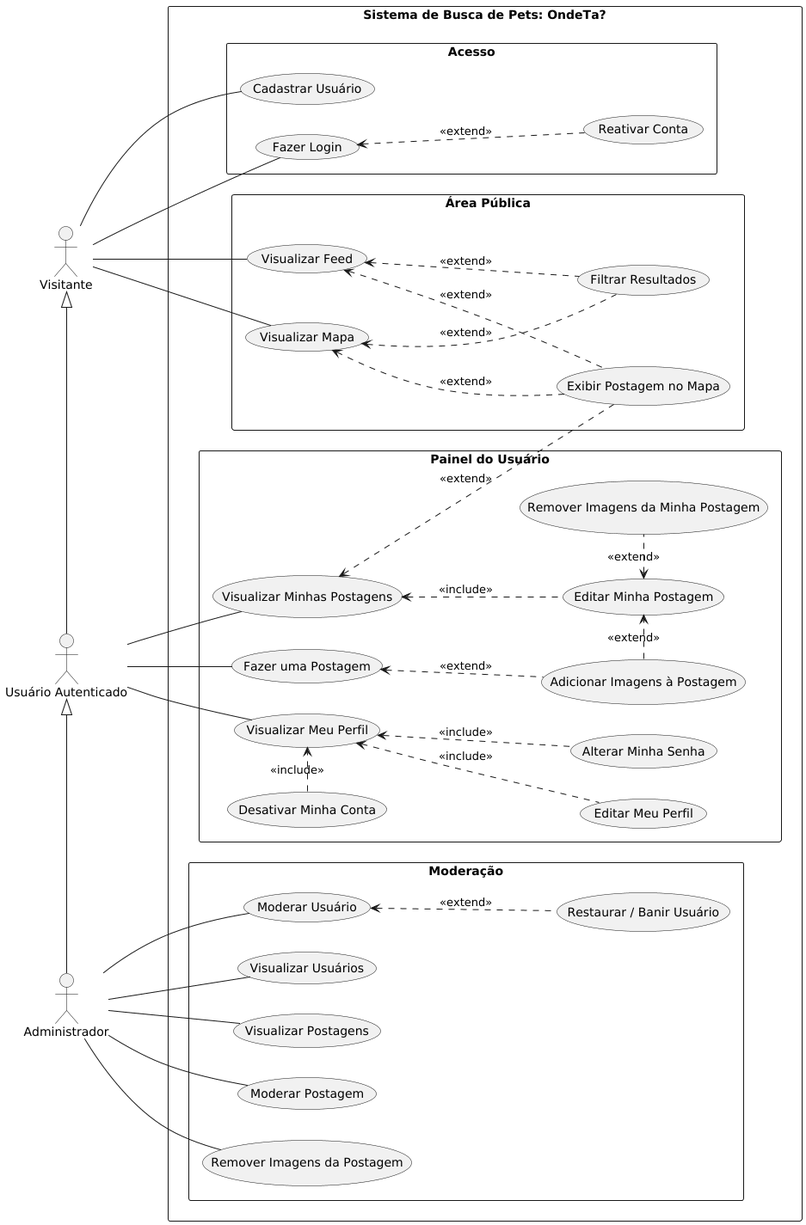
Above: docs/uml/use-cases/use_case_diagram.png in karlsen16/OndeTa (PlantUML), before the change.
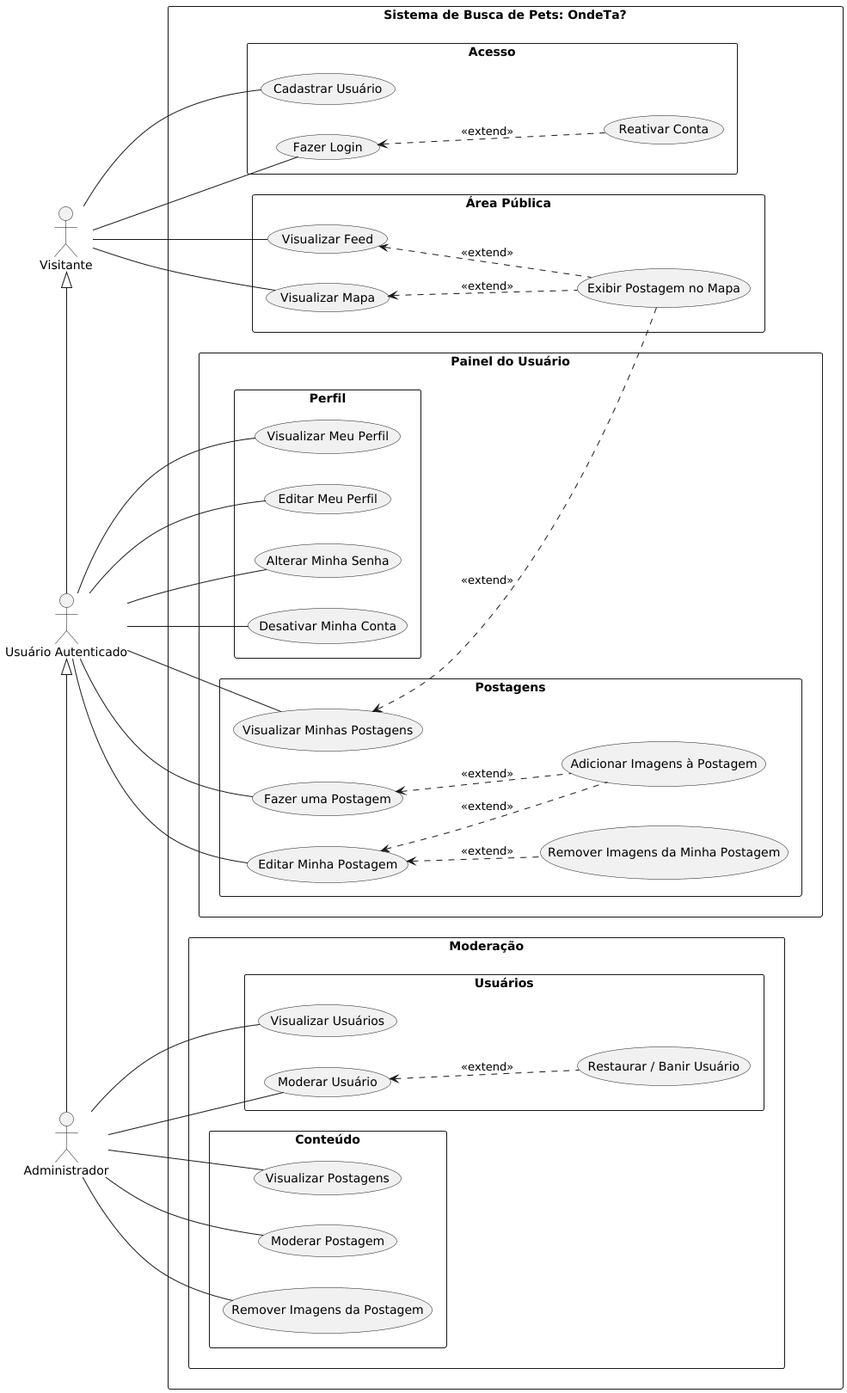
The same diagram one commit later.

Diff of the diagram source:
```diff
@@ -16,68 +16,71 @@
   }
   package "Área Pública" {
     usecase "Visualizar Feed" as UC3
-    usecase "Filtrar Resultados" as UC3.1
-    usecase "Exibir Postagem no Mapa" as UC3.2
+    usecase "Exibir Postagem no Mapa" as UC3.1
     usecase "Visualizar Mapa" as UC4
   }
   package "Painel do Usuário" {
-    usecase "Visualizar Meu Perfil" as UC5
-    usecase "Editar Meu Perfil" as UC6
-    usecase "Desativar Minha Conta" as UC7
-    usecase "Alterar Minha Senha" as UC8
+    package "Perfil" {
+        usecase "Visualizar Meu Perfil" as UC5
+        usecase "Editar Meu Perfil" as UC6
+        usecase "Desativar Minha Conta" as UC7
+        usecase "Alterar Minha Senha" as UC8
+    }
+    package "Postagens" {
+        usecase "Fazer uma Postagem" as UC9
+        usecase "Adicionar Imagens à Postagem" as UC9.1
 
-    usecase "Fazer uma Postagem" as UC9
-    usecase "Adicionar Imagens à Postagem" as UC9.1
-
-    usecase "Visualizar Minhas Postagens" as UC10
-    usecase "Editar Minha Postagem" as UC11
-    usecase "Remover Imagens da Minha Postagem" as UC11.1
+        usecase "Visualizar Minhas Postagens" as UC10
+        usecase "Editar Minha Postagem" as UC11
+        usecase "Remover Imagens da Minha Postagem" as UC11.1
+    }
   }
   package "Moderação" {
-    usecase "Visualizar Usuários" as UC12
-    usecase "Moderar Usuário" as UC13
-    usecase "Restaurar / Banir Usuário" as UC13.1
-
-    usecase "Visualizar Postagens" as UC14
-    usecase "Moderar Postagem" as UC15
-    usecase "Remover Imagens da Postagem" as UC16
+    package "Usuários" {
+        usecase "Visualizar Usuários" as UC12
+        usecase "Moderar Usuário" as UC13
+        usecase "Restaurar / Banir Usuário" as UC13.1
+    }
+    package "Conteúdo" {
+        usecase "Visualizar Postagens" as UC14
+        usecase "Moderar Postagem" as UC15
+        usecase "Remover Imagens da Postagem" as UC16
+    }
   }
 }
 
 Guest -- UC1
-Guest -up- UC2
+Guest -left- UC2
 UC2.1 .up.> UC2 : <<extend>>
 
 Guest -right- UC3
 UC3.1 .up.> UC3 : <<extend>>
-UC3.2 .up.> UC3 : <<extend>>
 
-Guest -left- UC4
+Guest -- UC4
 UC3.1 .up.> UC4 : <<extend>>
-UC3.2 .up.> UC4 : <<extend>>
 
 User -left-|> Guest
 
-User -right- UC5
-UC6 .up.> UC5 : <<include>>
-UC7 .right.> UC5 : <<include>>
-UC8 .up.> UC5 : <<include>>
+User -- UC5
+User -- UC6
+User -left- UC7
+User -- UC8
 
-User -- UC9
+User -right- UC9
 UC9.1 .up.> UC9 : <<extend>>
 
 User -- UC10
-UC3.2 .up.> UC10 : <<extend>>
-UC11 .up.> UC10 : <<include>>
-UC9.1 .right.> UC11 : <<extend>>
-UC11.1 .left.> UC11 : <<extend>>
+UC3.1 .up.> UC10 : <<extend>>
+User -- UC11
+UC9.1 .up.> UC11 : <<extend>>
+UC11.1 .up.> UC11 : <<extend>>
 
 Admin -left-|> User
 
-Admin -- UC12
+Admin -right- UC12
 Admin -- UC13
 UC13.1 .up.> UC13 : <<extend>>
-Admin -- UC14
-Admin -- UC15
+Admin -left- UC14
+Admin -left- UC15
 Admin -- UC16
 @enduml
```
